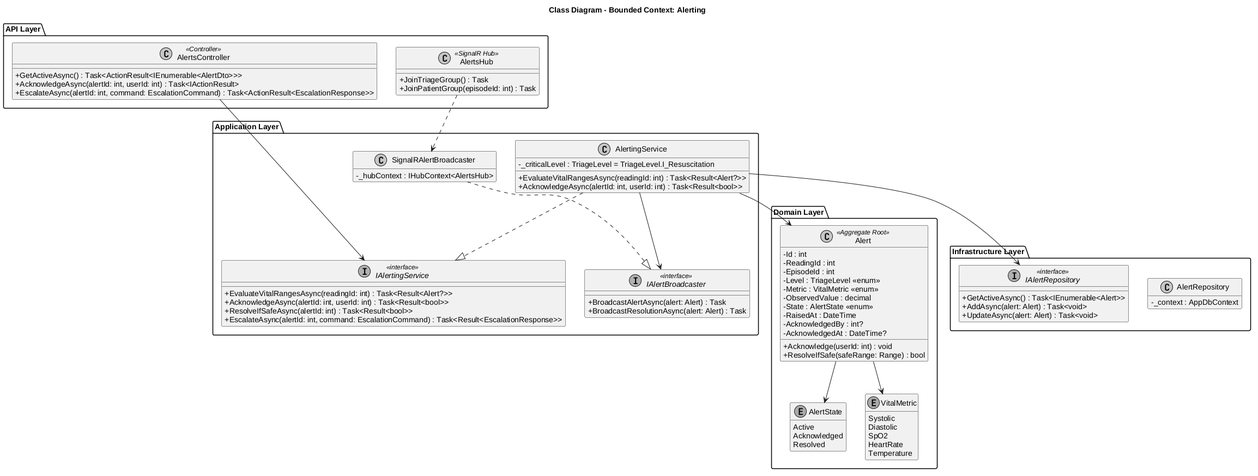
Earlier version of the PlantUML export report/assets/class_diagrams/class_alerting.png (upc-pre-1ASI0730-2620-8155-SoliDevs/project-report). Source of this version:
```plantuml
@startuml Alerting
title Class Diagram - Bounded Context: Alerting
skinparam monochrome true
skinparam shadowing false
skinparam classAttributeIconSize 0
hide empty methods

package "API Layer" {
  class AlertsController <<Controller>> {
    +GetActiveAsync() : Task<ActionResult<IEnumerable<AlertDto>>>
    +AcknowledgeAsync(alertId: int, userId: int) : Task<IActionResult>
    +EscalateAsync(alertId: int, command: EscalationCommand) : Task<ActionResult<EscalationResponse>>
  }
  class AlertsHub <<SignalR Hub>> {
    +JoinTriageGroup() : Task
    +JoinPatientGroup(episodeId: int) : Task
  }
}

package "Application Layer" {
  interface IAlertingService <<interface>> {
    +EvaluateVitalRangesAsync(readingId: int) : Task<Result<Alert?>>
    +AcknowledgeAsync(alertId: int, userId: int) : Task<Result<bool>>
    +ResolveIfSafeAsync(alertId: int) : Task<Result<bool>>
    +EscalateAsync(alertId: int, command: EscalationCommand) : Task<Result<EscalationResponse>>
  }
  class AlertingService {
    -_criticalLevel : TriageLevel = TriageLevel.I_Resuscitation
    +EvaluateVitalRangesAsync(readingId: int) : Task<Result<Alert?>>
    +AcknowledgeAsync(alertId: int, userId: int) : Task<Result<bool>>
  }
  interface IAlertBroadcaster <<interface>> {
    +BroadcastAlertAsync(alert: Alert) : Task
    +BroadcastResolutionAsync(alert: Alert) : Task
  }
  class SignalRAlertBroadcaster {
    -_hubContext : IHubContext<AlertsHub>
  }
}

package "Domain Layer" {
  class Alert <<Aggregate Root>> {
    -Id : int
    -ReadingId : int
    -EpisodeId : int
    -Level : TriageLevel <<enum>>
    -Metric : VitalMetric <<enum>>
    -ObservedValue : decimal
    -State : AlertState <<enum>>
    -RaisedAt : DateTime
    -AcknowledgedBy : int?
    -AcknowledgedAt : DateTime?
    +Acknowledge(userId: int) : void
    +ResolveIfSafe(safeRange: Range) : bool
  }
  enum AlertState {
    Active
    Acknowledged
    Resolved
  }
  enum VitalMetric {
    Systolic
    Diastolic
    SpO2
    HeartRate
    Temperature
  }
}

package "Infrastructure Layer" {
  interface IAlertRepository <<interface>> {
    +GetActiveAsync() : Task<IEnumerable<Alert>>
    +AddAsync(alert: Alert) : Task<void>
    +UpdateAsync(alert: Alert) : Task<void>
  }
  class AlertRepository {
    -_context : AppDbContext
  }
}

AlertsController --> IAlertingService
AlertingService ..|> IAlertingService
AlertingService --> IAlertBroadcaster
SignalRAlertBroadcaster ..|> IAlertBroadcaster
AlertingService --> Alert
Alert --> AlertState
Alert --> VitalMetric
AlertingService --> IAlertRepository
AlertsHub ..> SignalRAlertBroadcaster
@enduml
```
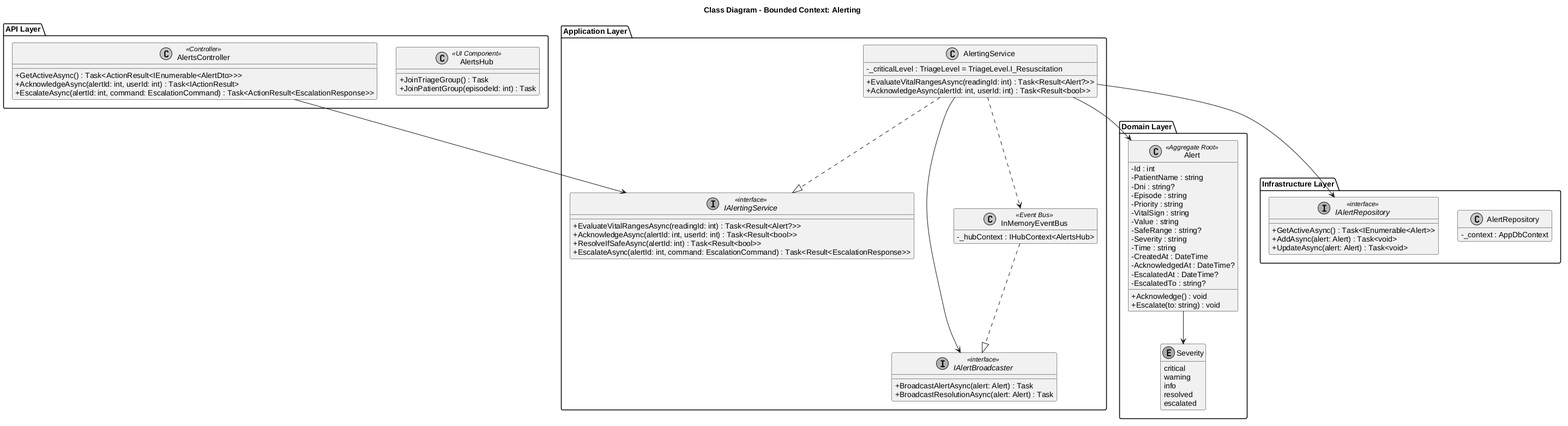
After the change.

Commit message:
docs(report): align class and database diagrams with implemented model

The edit, as a diff of the source:
```diff
@@ -11,7 +11,7 @@
     +AcknowledgeAsync(alertId: int, userId: int) : Task<IActionResult>
     +EscalateAsync(alertId: int, command: EscalationCommand) : Task<ActionResult<EscalationResponse>>
   }
-  class AlertsHub <<SignalR Hub>> {
+  class AlertsHub <<UI Component>> {
     +JoinTriageGroup() : Task
     +JoinPatientGroup(episodeId: int) : Task
   }
@@ -33,7 +33,7 @@
     +BroadcastAlertAsync(alert: Alert) : Task
     +BroadcastResolutionAsync(alert: Alert) : Task
   }
-  class SignalRAlertBroadcaster {
+  class InMemoryEventBus <<Event Bus>> {
     -_hubContext : IHubContext<AlertsHub>
   }
 }
@@ -41,29 +41,28 @@
 package "Domain Layer" {
   class Alert <<Aggregate Root>> {
     -Id : int
-    -ReadingId : int
-    -EpisodeId : int
-    -Level : TriageLevel <<enum>>
-    -Metric : VitalMetric <<enum>>
-    -ObservedValue : decimal
-    -State : AlertState <<enum>>
-    -RaisedAt : DateTime
-    -AcknowledgedBy : int?
+    -PatientName : string
+    -Dni : string?
+    -Episode : string
+    -Priority : string
+    -VitalSign : string
+    -Value : string
+    -SafeRange : string?
+    -Severity : string
+    -Time : string
+    -CreatedAt : DateTime
     -AcknowledgedAt : DateTime?
-    +Acknowledge(userId: int) : void
-    +ResolveIfSafe(safeRange: Range) : bool
+    -EscalatedAt : DateTime?
+    -EscalatedTo : string?
+    +Acknowledge() : void
+    +Escalate(to: string) : void
   }
-  enum AlertState {
-    Active
-    Acknowledged
-    Resolved
-  }
-  enum VitalMetric {
-    Systolic
-    Diastolic
-    SpO2
-    HeartRate
-    Temperature
+  enum Severity {
+    critical
+    warning
+    info
+    resolved
+    escalated
   }
 }
 
@@ -81,10 +80,9 @@
 AlertsController --> IAlertingService
 AlertingService ..|> IAlertingService
 AlertingService --> IAlertBroadcaster
-SignalRAlertBroadcaster ..|> IAlertBroadcaster
+InMemoryEventBus ..|> IAlertBroadcaster
 AlertingService --> Alert
-Alert --> AlertState
-Alert --> VitalMetric
+Alert --> Severity
 AlertingService --> IAlertRepository
-AlertsHub ..> SignalRAlertBroadcaster
+AlertingService ..> InMemoryEventBus
 @enduml
```
